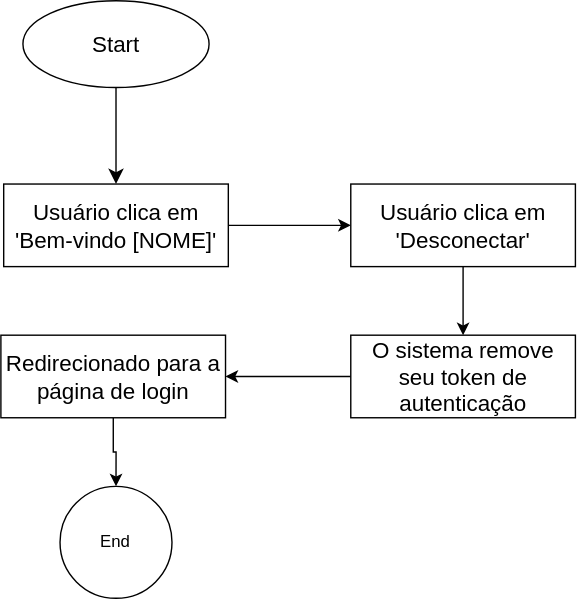
Earlier version of the draw.io export docs/img/CT09.svg (ICEI-PUC-Minas-PMV-SI/pmv-si-2023-2-pe1-t2-senectus). Source tidied: cells renumbered, new cells last; positions are measured from the earlier drawing's top-left corner, leaving out a move shared by most shapes.
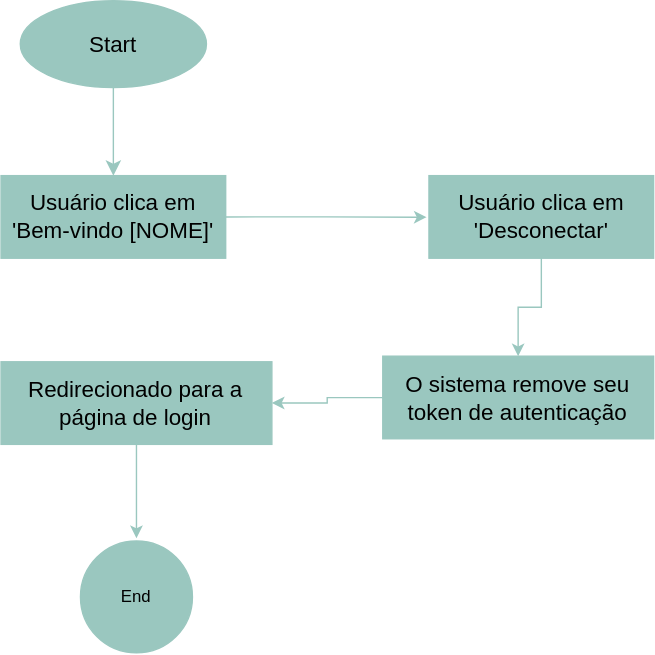
The same diagram one commit later.

The edit, as a diff of the source:
```diff
@@ -2,38 +2,42 @@
   <root>
     <mxCell id="0" />
     <mxCell id="1" parent="0" />
-    <mxCell id="2" style="edgeStyle=none;curved=1;rounded=0;jettySize=auto;html=1;fontSize=12;startSize=8;endSize=8;" parent="1" edge="1" source="3" target="5">
+    <mxCell id="2" style="edgeStyle=none;curved=1;rounded=0;jettySize=auto;html=1;fontSize=12;startSize=8;endSize=8;fillColor=#9AC7BF;strokeColor=#9AC7BF;" parent="1" edge="1" source="3" target="5">
       <mxGeometry relative="1" as="geometry" />
     </mxCell>
-    <mxCell id="3" value="Start" style="ellipse;whiteSpace=wrap;html=1;fontSize=16;" parent="1" vertex="1">
-      <mxGeometry x="15.8" width="133" height="62" as="geometry" />
+    <mxCell id="3" value="Start" style="ellipse;whiteSpace=wrap;html=1;fontSize=16;fillColor=#9AC7BF;strokeColor=#9AC7BF;" parent="1" vertex="1">
+      <mxGeometry x="-33" width="133" height="62" as="geometry" />
     </mxCell>
-    <mxCell id="4" style="edgeStyle=orthogonalEdgeStyle;rounded=0;jettySize=auto;html=1;" parent="1" edge="1" source="5" target="7">
-      <mxGeometry relative="1" as="geometry" />
-    </mxCell>
+    <mxCell id="13" style="edgeStyle=orthogonalEdgeStyle;rounded=0;jettySize=auto;html=1;exitX=1;exitY=0.5;exitDx=0;exitDy=0;fillColor=#9AC7BF;strokeColor=#9AC7BF;" parent="1" edge="1" source="5">
+      <mxGeometry relative="1" as="geometry">
+        <mxPoint x="257.3" y="154.7" as="targetPoint" />
+      </mxGeometry>
+    </mxCell>
-    <mxCell id="5" value="Usuário clica em&lt;br&gt;'Bem-vindo [NOME]'" style="rounded=0;whiteSpace=wrap;html=1;fontSize=16;" parent="1" vertex="1">
-      <mxGeometry x="2" y="131" width="160.5" height="59" as="geometry" />
+    <mxCell id="5" value="Usuário clica em&lt;br&gt;'Bem-vindo [NOME]'" style="rounded=0;whiteSpace=wrap;html=1;fontSize=16;fillColor=#9AC7BF;strokeColor=#9AC7BF;" parent="1" vertex="1">
+      <mxGeometry x="-46.8" y="125" width="160.5" height="59" as="geometry" />
     </mxCell>
+    <mxCell id="12" value="End" style="ellipse;whiteSpace=wrap;html=1;fillColor=#9AC7BF;strokeColor=#9AC7BF;" parent="1" vertex="1">
+      <mxGeometry x="10" y="386" width="80" height="80" as="geometry" />
+    </mxCell>
-    <mxCell id="6" style="edgeStyle=orthogonalEdgeStyle;rounded=0;jettySize=auto;html=1;" parent="1" edge="1" source="7" target="9">
+    <mxCell id="6" style="edgeStyle=orthogonalEdgeStyle;rounded=0;jettySize=auto;html=1;fillColor=#9AC7BF;strokeColor=#9AC7BF;" parent="1" edge="1" source="7" target="9">
       <mxGeometry relative="1" as="geometry" />
     </mxCell>
-    <mxCell id="7" value="Usuário clica em&lt;br&gt;'Desconectar'" style="rounded=0;whiteSpace=wrap;html=1;fontSize=16;" parent="1" vertex="1">
-      <mxGeometry x="250" y="131" width="160.5" height="59" as="geometry" />
+    <mxCell id="7" value="Usuário clica em &lt;br&gt;'Desconectar'" style="rounded=0;whiteSpace=wrap;html=1;fontSize=16;fillColor=#9AC7BF;strokeColor=#9AC7BF;" parent="1" vertex="1">
+      <mxGeometry x="259" y="125" width="160.5" height="59" as="geometry" />
     </mxCell>
-    <mxCell id="8" style="edgeStyle=orthogonalEdgeStyle;rounded=0;jettySize=auto;html=1;" parent="1" edge="1" source="9" target="11">
+    <mxCell id="8" style="edgeStyle=orthogonalEdgeStyle;rounded=0;jettySize=auto;html=1;strokeColor=#9AC7BF;" parent="1" edge="1" source="9" target="11">
       <mxGeometry relative="1" as="geometry" />
     </mxCell>
-    <mxCell id="9" value="O sistema remove seu token de autenticação" style="rounded=0;whiteSpace=wrap;html=1;fontSize=16;" parent="1" vertex="1">
-      <mxGeometry x="250" y="239" width="160.5" height="59" as="geometry" />
+    <mxCell id="9" value="O sistema remove seu token de autenticação" style="rounded=0;whiteSpace=wrap;html=1;fontSize=16;fillColor=#9AC7BF;strokeColor=#9AC7BF;" parent="1" vertex="1">
+      <mxGeometry x="226" y="254" width="193.5" height="59" as="geometry" />
     </mxCell>
-    <mxCell id="10" style="edgeStyle=orthogonalEdgeStyle;rounded=0;jettySize=auto;html=1;" parent="1" edge="1" source="11" target="12">
-      <mxGeometry relative="1" as="geometry" />
-    </mxCell>
+    <mxCell id="14" style="edgeStyle=orthogonalEdgeStyle;rounded=0;jettySize=auto;html=1;strokeColor=#9AC7BF;" parent="1" edge="1" source="11">
+      <mxGeometry relative="1" as="geometry">
+        <mxPoint x="50" y="384" as="targetPoint" />
+      </mxGeometry>
+    </mxCell>
-    <mxCell id="11" value="Redirecionado para a página de login" style="rounded=0;whiteSpace=wrap;html=1;fontSize=16;" parent="1" vertex="1">
-      <mxGeometry y="239" width="160.5" height="59" as="geometry" />
+    <mxCell id="11" value="Redirecionado para a página de login" style="rounded=0;whiteSpace=wrap;html=1;fontSize=16;fillColor=#9AC7BF;strokeColor=#9AC7BF;" parent="1" vertex="1">
+      <mxGeometry x="-46.8" y="258" width="193.5" height="59" as="geometry" />
     </mxCell>
-    <mxCell id="12" value="End" style="ellipse;whiteSpace=wrap;html=1;" parent="1" vertex="1">
-      <mxGeometry x="42.2" y="347" width="80" height="80" as="geometry" />
-    </mxCell>
   </root>
 </mxGraphModel>
```
